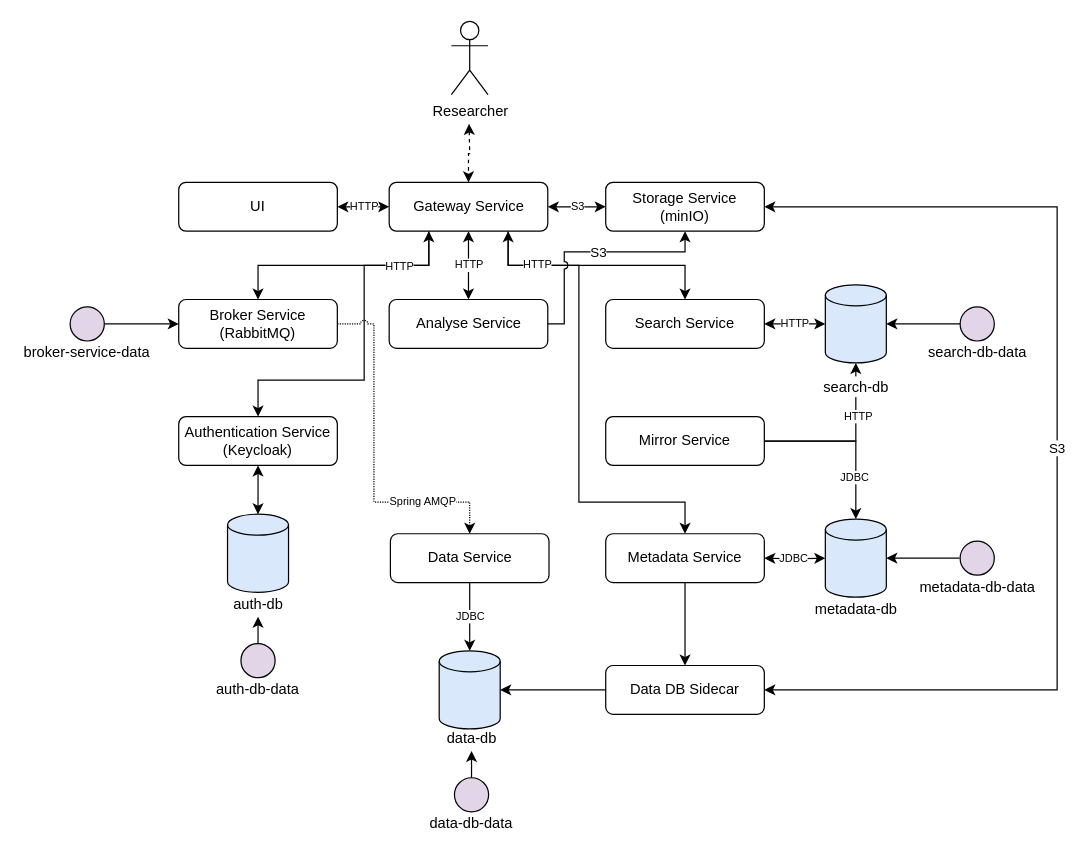
Earlier version of the draw.io diagram page "docker-compose" (1 of 7) of .docs/images/architecture.drawio (DBRepo-Project/dbrepo). Source tidied: cells renumbered, new cells numbered last; positions are measured from the earlier drawing's top-left corner, leaving out a move shared by most shapes. Both pictures are drawn from the tidied source at 122%, with x=0, y=0 at pixel (21, 21).
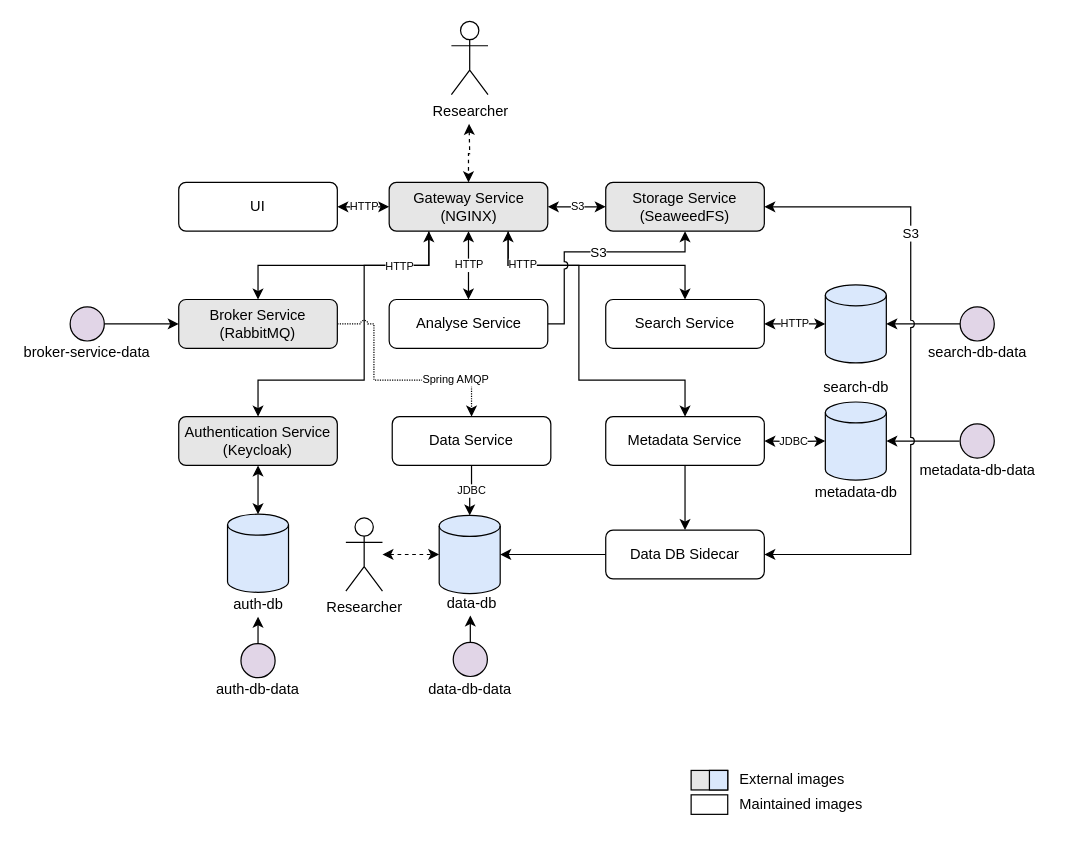
The same diagram, later.

Unchanged cells that the change refers to:
```xml
<mxCell id="28" style="shape=cylinder3;whiteSpace=wrap;html=1;boundedLbl=1;backgroundOutline=1;size=8.600000000000023;fillColor=#dae8fc;strokeColor=#000000;" parent="1" vertex="1">
  <mxGeometry x="659" y="216" width="50" height="64" as="geometry" />
</mxCell>
```

The edit, as a diff of the source:
```diff
@@
     <mxCell id="11" style="edgeStyle=orthogonalEdgeStyle;rounded=0;jettySize=auto;html=1;exitX=0.75;exitY=1;exitDx=0;exitDy=0;entryX=0.5;entryY=0;entryDx=0;entryDy=0;startArrow=classic;startFill=1;" parent="1" edge="1" source="13" target="22">
       <mxGeometry relative="1" as="geometry">
         <Array as="points">
           <mxPoint x="399" y="200" />
           <mxPoint x="457" y="200" />
-          <mxPoint x="457" y="394" />
-          <mxPoint x="544" y="394" />
+          <mxPoint x="457" y="294" />
+          <mxPoint x="544" y="294" />
         </Array>
       </mxGeometry>
     </mxCell>
@@
-    <mxCell id="13" value="Gateway Service" style="rounded=1;whiteSpace=wrap;html=1;" parent="1" vertex="1">
+    <mxCell id="13" value="Gateway Service&lt;br&gt;(NGINX)" style="rounded=1;whiteSpace=wrap;html=1;fillColor=#E6E6E6;fontColor=#000000;strokeColor=#000000;" parent="1" vertex="1">
       <mxGeometry x="301.5" y="132" width="130" height="40" as="geometry" />
     </mxCell>
@@
-    <mxCell id="18" value="Authentication Service&lt;br&gt;(Keycloak)" style="rounded=1;whiteSpace=wrap;html=1;" parent="1" vertex="1">
+    <mxCell id="18" value="Authentication Service&lt;br&gt;(Keycloak)" style="rounded=1;whiteSpace=wrap;html=1;fillColor=#E6E6E6;fontColor=#000000;strokeColor=#000000;" parent="1" vertex="1">
       <mxGeometry x="129" y="324" width="130" height="40" as="geometry" />
     </mxCell>
     <mxCell id="19" style="edgeStyle=orthogonalEdgeStyle;rounded=0;jettySize=auto;html=1;exitX=1;exitY=0.5;exitDx=0;exitDy=0;entryX=0;entryY=0.5;entryDx=0;entryDy=0;entryPerimeter=0;startArrow=classic;startFill=1;" parent="1" edge="1" target="30">
       <mxGeometry relative="1" as="geometry">
-        <mxPoint x="609" y="440" as="sourcePoint" />
+        <mxPoint x="609" y="344" as="sourcePoint" />
       </mxGeometry>
     </mxCell>
@@
     <mxCell id="22" value="Metadata Service" style="rounded=1;whiteSpace=wrap;html=1;" parent="1" vertex="1">
-      <mxGeometry x="479" y="420" width="130" height="40" as="geometry" />
+      <mxGeometry x="479" y="324" width="130" height="40" as="geometry" />
     </mxCell>
     <mxCell id="23" value="Spring AMQP" style="edgeStyle=orthogonalEdgeStyle;rounded=0;jettySize=auto;html=1;exitX=1;exitY=0.5;exitDx=0;exitDy=0;entryX=0.5;entryY=0;entryDx=0;entryDy=0;jumpStyle=arc;dashed=1;strokeWidth=1;dashPattern=1 1;fontSize=9;" parent="1" edge="1" source="24" target="50">
       <mxGeometry x="0.54" relative="1" as="geometry">
         <Array as="points">
           <mxPoint x="289" y="248" />
-          <mxPoint x="289" y="394" />
-          <mxPoint x="368" y="394" />
+          <mxPoint x="289" y="294" />
+          <mxPoint x="369" y="294" />
         </Array>
       </mxGeometry>
     </mxCell>
-    <mxCell id="24" value="Broker Service&lt;br&gt;(RabbitMQ)" style="rounded=1;whiteSpace=wrap;html=1;" parent="1" vertex="1">
+    <mxCell id="24" value="Broker Service&lt;br&gt;(RabbitMQ)" style="rounded=1;whiteSpace=wrap;html=1;fillColor=#E6E6E6;fontColor=#000000;strokeColor=#000000;" parent="1" vertex="1">
       <mxGeometry x="129" y="228" width="130" height="40" as="geometry" />
     </mxCell>
@@
     <mxCell id="29" style="edgeStyle=orthogonalEdgeStyle;rounded=0;jettySize=auto;html=1;exitX=1;exitY=0.5;exitDx=0;exitDy=0;exitPerimeter=0;startArrow=classic;startFill=1;endArrow=none;endFill=0;" parent="1" edge="1" source="30">
       <mxGeometry relative="1" as="geometry">
-        <mxPoint x="769" y="440" as="targetPoint" />
+        <mxPoint x="769" y="344" as="targetPoint" />
       </mxGeometry>
     </mxCell>
     <mxCell id="30" style="shape=cylinder3;whiteSpace=wrap;html=1;boundedLbl=1;backgroundOutline=1;size=8.600000000000023;fillColor=#dae8fc;strokeColor=#000000;" parent="1" vertex="1">
-      <mxGeometry x="659" y="408" width="50" height="64" as="geometry" />
+      <mxGeometry x="659" y="312" width="50" height="64" as="geometry" />
     </mxCell>
     <mxCell id="31" value="metadata-db" style="text;html=1;strokeColor=none;fillColor=none;align=center;verticalAlign=middle;whiteSpace=wrap;rounded=0;spacing=-1;" parent="1" vertex="1">
-      <mxGeometry x="641.5" y="472" width="85" height="20" as="geometry" />
+      <mxGeometry x="641.5" y="376" width="85" height="20" as="geometry" />
     </mxCell>
     <mxCell id="32" style="shape=cylinder3;whiteSpace=wrap;html=1;boundedLbl=1;backgroundOutline=1;size=8.600000000000023;fillColor=#dae8fc;strokeColor=#000000;" parent="1" vertex="1">
-      <mxGeometry x="342.5" y="516" width="50" height="64" as="geometry" />
+      <mxGeometry x="342.5" y="405" width="50" height="64" as="geometry" />
     </mxCell>
     <mxCell id="33" value="data-db" style="text;html=1;strokeColor=none;fillColor=none;align=center;verticalAlign=middle;whiteSpace=wrap;rounded=0;spacing=-1;" parent="1" vertex="1">
-      <mxGeometry x="326.5" y="578" width="85" height="20" as="geometry" />
+      <mxGeometry x="326.5" y="467" width="85" height="20" as="geometry" />
     </mxCell>
@@
-    <mxCell id="36" value="S3" style="edgeStyle=orthogonalEdgeStyle;rounded=0;jettySize=auto;html=1;exitX=1;exitY=0.5;exitDx=0;exitDy=0;entryX=1;entryY=0.5;entryDx=0;entryDy=0;startArrow=classic;startFill=1;" parent="1" edge="1" source="37" target="60">
-      <mxGeometry relative="1" as="geometry">
-        <Array as="points">
-          <mxPoint x="849" y="152" />
-          <mxPoint x="849" y="548" />
-        </Array>
-      </mxGeometry>
-    </mxCell>
-    <mxCell id="37" value="Storage Service&lt;br&gt;(minIO)" style="rounded=1;whiteSpace=wrap;html=1;" parent="1" vertex="1">
+    <mxCell id="37" value="Storage Service&lt;br&gt;(SeaweedFS)" style="rounded=1;whiteSpace=wrap;html=1;fillColor=#E6E6E6;fontColor=#000000;strokeColor=#000000;" parent="1" vertex="1">
       <mxGeometry x="479" y="132" width="130" height="40" as="geometry" />
     </mxCell>
     <mxCell id="38" value="metadata-db-data" style="text;html=1;strokeColor=none;fillColor=none;align=center;verticalAlign=middle;whiteSpace=wrap;rounded=0;spacing=-1;" parent="1" vertex="1">
-      <mxGeometry x="729.5" y="454" width="108" height="20" as="geometry" />
+      <mxGeometry x="729.5" y="358" width="108" height="20" as="geometry" />
     </mxCell>
     <mxCell id="39" style="ellipse;whiteSpace=wrap;html=1;fillColor=#e1d5e7;strokeColor=#000000;" parent="1" vertex="1">
-      <mxGeometry x="769.5" y="426" width="28" height="28" as="geometry" />
+      <mxGeometry x="769.5" y="330" width="28" height="28" as="geometry" />
     </mxCell>
@@
     <mxCell id="43" value="data-db-data" style="text;html=1;strokeColor=none;fillColor=none;align=center;verticalAlign=middle;whiteSpace=wrap;rounded=0;spacing=-1;" parent="1" vertex="1">
-      <mxGeometry x="315" y="648" width="108" height="20" as="geometry" />
+      <mxGeometry x="313.5" y="538" width="108" height="20" as="geometry" />
     </mxCell>
-    <mxCell id="44" style="edgeStyle=orthogonalEdgeStyle;rounded=0;jettySize=auto;html=1;" parent="1" edge="1" source="45" target="33">
-      <mxGeometry relative="1" as="geometry" />
+    <mxCell id="44" style="edgeStyle=orthogonalEdgeStyle;rounded=0;jettySize=auto;html=1;" parent="1" edge="1" source="45">
+      <mxGeometry relative="1" as="geometry">
+        <mxPoint x="368" y="487" as="targetPoint" />
+      </mxGeometry>
     </mxCell>
     <mxCell id="45" style="ellipse;whiteSpace=wrap;html=1;fillColor=#e1d5e7;strokeColor=#000000;" parent="1" vertex="1">
-      <mxGeometry x="355" y="620" width="28" height="28" as="geometry" />
+      <mxGeometry x="354" y="509" width="28" height="28" as="geometry" />
     </mxCell>
@@
     <mxCell id="50" value="Data Service" style="rounded=1;whiteSpace=wrap;html=1;" parent="1" vertex="1">
-      <mxGeometry x="302.5" y="420" width="130" height="40" as="geometry" />
+      <mxGeometry x="304" y="324" width="130" height="40" as="geometry" />
     </mxCell>
-    <mxCell id="51" style="edgeStyle=orthogonalEdgeStyle;rounded=0;jettySize=auto;html=1;entryX=0.5;entryY=1;entryDx=0;entryDy=0;entryPerimeter=0;" parent="1" edge="1" source="54" target="28">
-      <mxGeometry relative="1" as="geometry">
-        <Array as="points">
-          <mxPoint x="684" y="344" />
-        </Array>
-      </mxGeometry>
-    </mxCell>
-    <mxCell id="52" value="HTTP" style="edgeLabel;html=1;align=center;verticalAlign=middle;fontSize=9;" parent="51" vertex="1">
-      <mxGeometry x="0.38" y="-1" relative="1" as="geometry" />
-    </mxCell>
-    <mxCell id="53" value="JDBC" style="edgeStyle=orthogonalEdgeStyle;rounded=0;jettySize=auto;html=1;exitX=1;exitY=0.5;exitDx=0;exitDy=0;entryX=0.5;entryY=0;entryDx=0;entryDy=0;entryPerimeter=0;fontSize=9;" parent="1" edge="1" source="54" target="30">
-      <mxGeometry x="0.51" y="-1" relative="1" as="geometry" />
-    </mxCell>
-    <mxCell id="54" value="Mirror Service" style="rounded=1;whiteSpace=wrap;html=1;" parent="1" vertex="1">
-      <mxGeometry x="479" y="324" width="130" height="40" as="geometry" />
-    </mxCell>
@@
     <mxCell id="60" value="Data DB Sidecar" style="rounded=1;whiteSpace=wrap;html=1;" parent="1" vertex="1">
-      <mxGeometry x="479" y="528" width="130" height="40" as="geometry" />
+      <mxGeometry x="479" y="417" width="130" height="40" as="geometry" />
     </mxCell>
+    <mxCell id="61" value="Researcher" style="shape=umlActor;verticalLabelPosition=bottom;verticalAlign=top;html=1;outlineConnect=0;" parent="1" vertex="1">
+      <mxGeometry x="266" y="407" width="30" height="60" as="geometry" />
+    </mxCell>
+    <mxCell id="62" style="edgeStyle=orthogonalEdgeStyle;rounded=0;jettySize=auto;html=1;entryX=0;entryY=0.5;entryDx=0;entryDy=0;strokeColor=#000000;startArrow=classic;startFill=1;dashed=1;entryPerimeter=0;" parent="1" edge="1" source="61" target="32">
+      <mxGeometry x="-0.03" relative="1" as="geometry" />
+    </mxCell>
+    <mxCell id="36" value="S3" style="edgeStyle=orthogonalEdgeStyle;rounded=0;jettySize=auto;html=1;exitX=1;exitY=0.5;exitDx=0;exitDy=0;entryX=1;entryY=0.5;entryDx=0;entryDy=0;startArrow=classic;startFill=1;jumpStyle=arc;" parent="1" edge="1" source="37" target="60">
+      <mxGeometry x="-0.46" relative="1" as="geometry">
+        <Array as="points">
+          <mxPoint x="729" y="152" />
+          <mxPoint x="729" y="437" />
+        </Array>
+      </mxGeometry>
+    </mxCell>
+    <mxCell id="63" style="rounded=0;whiteSpace=wrap;html=1;fillColor=#E6E6E6;" parent="1" vertex="1">
+      <mxGeometry x="549" y="614" width="30" height="16" as="geometry" />
+    </mxCell>
+    <mxCell id="64" value="External images" style="text;html=1;strokeColor=none;fillColor=none;align=left;verticalAlign=middle;whiteSpace=wrap;rounded=0;" parent="1" vertex="1">
+      <mxGeometry x="586.5" y="614" width="140" height="16" as="geometry" />
+    </mxCell>
+    <mxCell id="65" style="rounded=0;whiteSpace=wrap;html=1;" parent="1" vertex="1">
+      <mxGeometry x="549" y="634" width="30" height="16" as="geometry" />
+    </mxCell>
+    <mxCell id="66" value="Maintained images" style="text;html=1;strokeColor=none;fillColor=none;align=left;verticalAlign=middle;whiteSpace=wrap;rounded=0;" parent="1" vertex="1">
+      <mxGeometry x="586.5" y="634" width="140" height="16" as="geometry" />
+    </mxCell>
+    <mxCell id="67" style="rounded=0;whiteSpace=wrap;html=1;fillColor=#dae8fc;strokeColor=#000000;" parent="1" vertex="1">
+      <mxGeometry x="564" y="614" width="15" height="16" as="geometry" />
+    </mxCell>
```
